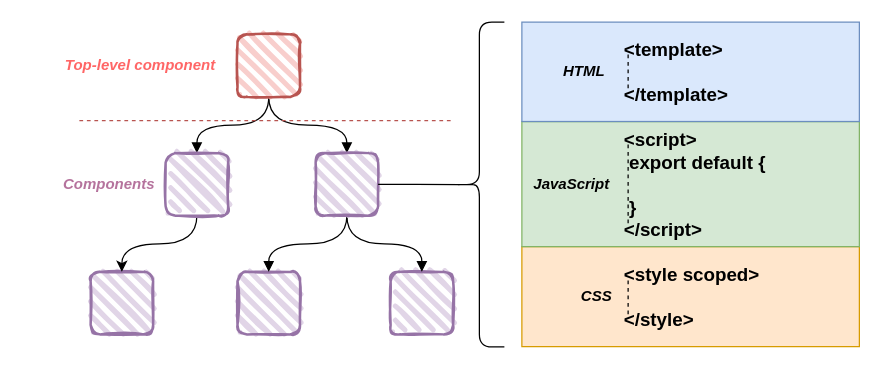
This is Archtiecture_Vue.drawio from Mat-gif/TER_Gsociety, a draw.io file, before an edit. Source tidied: cells renumbered, new cells numbered last; positions are measured from the earlier drawing's top-left corner, leaving out a move shared by most shapes. Both pictures are drawn from the tidied source at 125%, with x=0, y=0 at pixel (21, 21).
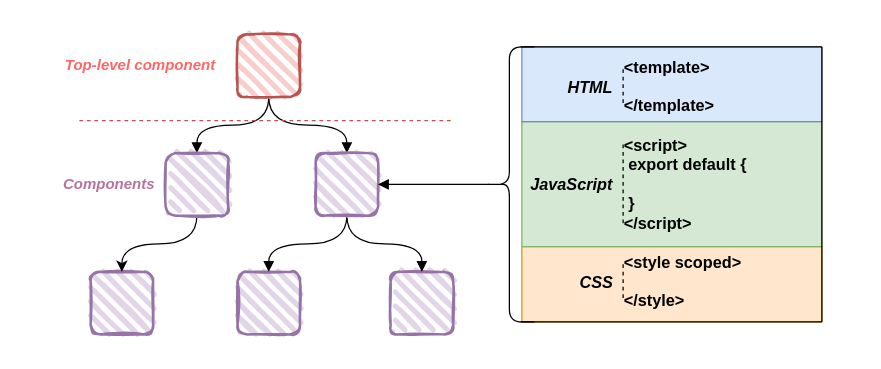
The same diagram, later.

Commit message (it also covers changes not shown here):
Mettre à jour Archtiecture_Vue.drawio

The change refers to these unchanged cells:
```xml
<mxCell id="15" style="rounded=1;whiteSpace=wrap;html=1;strokeWidth=2;fillWeight=4;hachureGap=8;hachureAngle=45;fillColor=#e1d5e7;sketch=1;strokeColor=#9673a6;" parent="1" vertex="1">
  <mxGeometry x="235" y="105" width="50" height="50" as="geometry" />
</mxCell>
```

What changed in the source:
```diff
@@
-    <mxCell id="2" style="rounded=0;whiteSpace=wrap;html=1;fillColor=#ffe6cc;strokeColor=#d79b00;" parent="1" vertex="1">
-      <mxGeometry x="400" y="179.8" width="270" height="80" as="geometry" />
+    <mxCell id="2" style="rounded=0;whiteSpace=wrap;html=1;fillColor=#ffe6cc;strokeColor=#d79b00;fontSize=13;" parent="1" vertex="1">
+      <mxGeometry x="400" y="179.8" width="240" height="60.2" as="geometry" />
     </mxCell>
-    <mxCell id="3" style="rounded=0;whiteSpace=wrap;html=1;fillColor=#d5e8d4;strokeColor=#82b366;" parent="1" vertex="1">
-      <mxGeometry x="400" y="79.8" width="270" height="100" as="geometry" />
+    <mxCell id="3" style="rounded=0;whiteSpace=wrap;html=1;fillColor=#d5e8d4;strokeColor=#82b366;fontSize=13;" parent="1" vertex="1">
+      <mxGeometry x="400" y="79.8" width="240" height="100" as="geometry" />
     </mxCell>
-    <mxCell id="4" style="rounded=0;whiteSpace=wrap;html=1;fillColor=#dae8fc;strokeColor=#6c8ebf;" parent="1" vertex="1">
-      <mxGeometry x="400" y="0.2" width="270" height="79.5" as="geometry" />
+    <mxCell id="4" style="rounded=0;whiteSpace=wrap;html=1;fillColor=#dae8fc;strokeColor=#6c8ebf;fontSize=13;" parent="1" vertex="1">
+      <mxGeometry x="400" y="20" width="240" height="59.8" as="geometry" />
     </mxCell>
@@
-    <mxCell id="19" value="&lt;blockquote style=&quot;margin: 0 0 0 40px; border: none; padding: 0px;&quot;&gt;&lt;blockquote style=&quot;margin: 0 0 0 40px; border: none; padding: 0px;&quot;&gt;&lt;div style=&quot;font-size: 15px;&quot;&gt;&lt;font style=&quot;font-size: 15px;&quot;&gt;&lt;b&gt;&amp;lt;template&amp;gt;&lt;/b&gt;&lt;/font&gt;&lt;/div&gt;&lt;/blockquote&gt;&lt;blockquote style=&quot;margin: 0 0 0 40px; border: none; padding: 0px;&quot;&gt;&lt;div style=&quot;font-size: 15px;&quot;&gt;&lt;font style=&quot;font-size: 15px;&quot;&gt;&lt;b&gt;&lt;br&gt;&lt;/b&gt;&lt;/font&gt;&lt;/div&gt;&lt;/blockquote&gt;&lt;blockquote style=&quot;margin: 0 0 0 40px; border: none; padding: 0px;&quot;&gt;&lt;div style=&quot;font-size: 15px;&quot;&gt;&lt;font style=&quot;font-size: 15px;&quot;&gt;&lt;b&gt;&amp;lt;/template&amp;gt;&lt;/b&gt;&lt;/font&gt;&lt;/div&gt;&lt;/blockquote&gt;&lt;blockquote style=&quot;margin: 0 0 0 40px; border: none; padding: 0px;&quot;&gt;&lt;div style=&quot;font-size: 15px;&quot;&gt;&lt;font style=&quot;font-size: 15px;&quot;&gt;&lt;b&gt;&lt;br style=&quot;&quot;&gt;&lt;/b&gt;&lt;/font&gt;&lt;/div&gt;&lt;/blockquote&gt;&lt;blockquote style=&quot;margin: 0 0 0 40px; border: none; padding: 0px;&quot;&gt;&lt;div style=&quot;font-size: 15px;&quot;&gt;&lt;font style=&quot;font-size: 15px;&quot;&gt;&lt;b&gt;&amp;lt;script&amp;gt;&lt;/b&gt;&lt;/font&gt;&lt;/div&gt;&lt;/blockquote&gt;&lt;blockquote style=&quot;margin: 0 0 0 40px; border: none; padding: 0px;&quot;&gt;&lt;div style=&quot;font-size: 15px;&quot;&gt;&lt;font style=&quot;font-size: 15px;&quot;&gt;&lt;span style=&quot;background-color: initial;&quot;&gt;&lt;b&gt;&lt;span style=&quot;white-space: pre;&quot;&gt; &lt;/span&gt;export default {&lt;/b&gt;&lt;/span&gt;&lt;/font&gt;&lt;/div&gt;&lt;/blockquote&gt;&lt;blockquote style=&quot;margin: 0 0 0 40px; border: none; padding: 0px;&quot;&gt;&lt;div style=&quot;font-size: 15px;&quot;&gt;&lt;font style=&quot;font-size: 15px;&quot;&gt;&lt;span style=&quot;background-color: initial;&quot;&gt;&lt;b&gt;&lt;br&gt;&lt;/b&gt;&lt;/span&gt;&lt;/font&gt;&lt;/div&gt;&lt;/blockquote&gt;&lt;blockquote style=&quot;margin: 0 0 0 40px; border: none; padding: 0px;&quot;&gt;&lt;div style=&quot;font-size: 15px;&quot;&gt;&lt;font style=&quot;font-size: 15px;&quot;&gt;&lt;b&gt;&lt;span style=&quot;white-space: pre;&quot;&gt; &lt;/span&gt;}&lt;/b&gt;&lt;/font&gt;&lt;/div&gt;&lt;/blockquote&gt;&lt;blockquote style=&quot;margin: 0 0 0 40px; border: none; padding: 0px;&quot;&gt;&lt;div style=&quot;font-size: 15px;&quot;&gt;&lt;font style=&quot;font-size: 15px;&quot;&gt;&lt;b&gt;&amp;lt;/script&amp;gt;&lt;/b&gt;&lt;/font&gt;&lt;/div&gt;&lt;/blockquote&gt;&lt;blockquote style=&quot;margin: 0 0 0 40px; border: none; padding: 0px;&quot;&gt;&lt;div style=&quot;font-size: 15px;&quot;&gt;&lt;font style=&quot;font-size: 15px;&quot;&gt;&lt;b&gt;&lt;br style=&quot;&quot;&gt;&lt;/b&gt;&lt;/font&gt;&lt;/div&gt;&lt;/blockquote&gt;&lt;blockquote style=&quot;margin: 0 0 0 40px; border: none; padding: 0px;&quot;&gt;&lt;div style=&quot;font-size: 15px;&quot;&gt;&lt;font style=&quot;font-size: 15px;&quot;&gt;&lt;b&gt;&amp;lt;style scoped&amp;gt;&lt;/b&gt;&lt;/font&gt;&lt;/div&gt;&lt;/blockquote&gt;&lt;blockquote style=&quot;margin: 0 0 0 40px; border: none; padding: 0px;&quot;&gt;&lt;div style=&quot;font-size: 15px;&quot;&gt;&lt;font style=&quot;font-size: 15px;&quot;&gt;&lt;b&gt;&lt;br&gt;&lt;/b&gt;&lt;/font&gt;&lt;/div&gt;&lt;/blockquote&gt;&lt;blockquote style=&quot;margin: 0 0 0 40px; border: none; padding: 0px;&quot;&gt;&lt;div style=&quot;font-size: 15px;&quot;&gt;&lt;font style=&quot;font-size: 15px;&quot;&gt;&lt;b&gt;&amp;lt;/style&amp;gt;&lt;/b&gt;&lt;/font&gt;&lt;/div&gt;&lt;/blockquote&gt;&lt;/blockquote&gt;&lt;div style=&quot;font-size: 15px;&quot;&gt; &lt;/div&gt;&lt;div style=&quot;font-size: 15px;&quot;&gt;&lt;/div&gt;&lt;div style=&quot;font-size: 15px;&quot;&gt; &lt;/div&gt;" style="text;html=1;strokeColor=none;fillColor=none;align=left;verticalAlign=middle;whiteSpace=wrap;rounded=0;fontSize=13;" parent="1" vertex="1">
-      <mxGeometry x="400" y="0.2" width="270" height="259" as="geometry" />
+    <mxCell id="19" value="&lt;blockquote style=&quot;margin: 0px 0px 0px 40px; border: none; padding: 0px; font-size: 13px;&quot;&gt;&lt;blockquote style=&quot;margin: 0px 0px 0px 40px; border: none; padding: 0px; font-size: 13px;&quot;&gt;&lt;div style=&quot;font-size: 13px;&quot;&gt;&lt;font style=&quot;font-size: 13px;&quot;&gt;&lt;b style=&quot;font-size: 13px;&quot;&gt;&amp;lt;template&amp;gt;&lt;/b&gt;&lt;/font&gt;&lt;/div&gt;&lt;/blockquote&gt;&lt;blockquote style=&quot;margin: 0px 0px 0px 40px; border: none; padding: 0px; font-size: 13px;&quot;&gt;&lt;div style=&quot;font-size: 13px;&quot;&gt;&lt;font style=&quot;font-size: 13px;&quot;&gt;&lt;b style=&quot;font-size: 13px;&quot;&gt;&lt;br style=&quot;font-size: 13px;&quot;&gt;&lt;/b&gt;&lt;/font&gt;&lt;/div&gt;&lt;/blockquote&gt;&lt;blockquote style=&quot;margin: 0px 0px 0px 40px; border: none; padding: 0px; font-size: 13px;&quot;&gt;&lt;div style=&quot;font-size: 13px;&quot;&gt;&lt;font style=&quot;font-size: 13px;&quot;&gt;&lt;b style=&quot;font-size: 13px;&quot;&gt;&amp;lt;/template&amp;gt;&lt;/b&gt;&lt;/font&gt;&lt;/div&gt;&lt;/blockquote&gt;&lt;blockquote style=&quot;margin: 0px 0px 0px 40px; border: none; padding: 0px; font-size: 13px;&quot;&gt;&lt;div style=&quot;font-size: 13px;&quot;&gt;&lt;font style=&quot;font-size: 13px;&quot;&gt;&lt;b style=&quot;font-size: 13px;&quot;&gt;&lt;br style=&quot;font-size: 13px;&quot;&gt;&lt;/b&gt;&lt;/font&gt;&lt;/div&gt;&lt;/blockquote&gt;&lt;blockquote style=&quot;margin: 0px 0px 0px 40px; border: none; padding: 0px; font-size: 13px;&quot;&gt;&lt;div style=&quot;font-size: 13px;&quot;&gt;&lt;font style=&quot;font-size: 13px;&quot;&gt;&lt;b style=&quot;font-size: 13px;&quot;&gt;&amp;lt;script&amp;gt;&lt;/b&gt;&lt;/font&gt;&lt;/div&gt;&lt;/blockquote&gt;&lt;blockquote style=&quot;margin: 0px 0px 0px 40px; border: none; padding: 0px; font-size: 13px;&quot;&gt;&lt;div style=&quot;font-size: 13px;&quot;&gt;&lt;font style=&quot;font-size: 13px;&quot;&gt;&lt;span style=&quot;background-color: initial; font-size: 13px;&quot;&gt;&lt;b style=&quot;font-size: 13px;&quot;&gt;&lt;span style=&quot;white-space: pre; font-size: 13px;&quot;&gt; &lt;/span&gt;export default {&lt;/b&gt;&lt;/span&gt;&lt;/font&gt;&lt;/div&gt;&lt;/blockquote&gt;&lt;blockquote style=&quot;margin: 0px 0px 0px 40px; border: none; padding: 0px; font-size: 13px;&quot;&gt;&lt;div style=&quot;font-size: 13px;&quot;&gt;&lt;font style=&quot;font-size: 13px;&quot;&gt;&lt;span style=&quot;background-color: initial; font-size: 13px;&quot;&gt;&lt;b style=&quot;font-size: 13px;&quot;&gt;&lt;br style=&quot;font-size: 13px;&quot;&gt;&lt;/b&gt;&lt;/span&gt;&lt;/font&gt;&lt;/div&gt;&lt;/blockquote&gt;&lt;blockquote style=&quot;margin: 0px 0px 0px 40px; border: none; padding: 0px; font-size: 13px;&quot;&gt;&lt;div style=&quot;font-size: 13px;&quot;&gt;&lt;font style=&quot;font-size: 13px;&quot;&gt;&lt;b style=&quot;font-size: 13px;&quot;&gt;&lt;span style=&quot;white-space: pre; font-size: 13px;&quot;&gt; &lt;/span&gt;}&lt;/b&gt;&lt;/font&gt;&lt;/div&gt;&lt;/blockquote&gt;&lt;blockquote style=&quot;margin: 0px 0px 0px 40px; border: none; padding: 0px; font-size: 13px;&quot;&gt;&lt;div style=&quot;font-size: 13px;&quot;&gt;&lt;font style=&quot;font-size: 13px;&quot;&gt;&lt;b style=&quot;font-size: 13px;&quot;&gt;&amp;lt;/script&amp;gt;&lt;/b&gt;&lt;/font&gt;&lt;/div&gt;&lt;/blockquote&gt;&lt;blockquote style=&quot;margin: 0px 0px 0px 40px; border: none; padding: 0px; font-size: 13px;&quot;&gt;&lt;div style=&quot;font-size: 13px;&quot;&gt;&lt;font style=&quot;font-size: 13px;&quot;&gt;&lt;b style=&quot;font-size: 13px;&quot;&gt;&lt;br style=&quot;font-size: 13px;&quot;&gt;&lt;/b&gt;&lt;/font&gt;&lt;/div&gt;&lt;/blockquote&gt;&lt;blockquote style=&quot;margin: 0px 0px 0px 40px; border: none; padding: 0px; font-size: 13px;&quot;&gt;&lt;div style=&quot;font-size: 13px;&quot;&gt;&lt;font style=&quot;font-size: 13px;&quot;&gt;&lt;b style=&quot;font-size: 13px;&quot;&gt;&amp;lt;style scoped&amp;gt;&lt;/b&gt;&lt;/font&gt;&lt;/div&gt;&lt;/blockquote&gt;&lt;blockquote style=&quot;margin: 0px 0px 0px 40px; border: none; padding: 0px; font-size: 13px;&quot;&gt;&lt;div style=&quot;font-size: 13px;&quot;&gt;&lt;font style=&quot;font-size: 13px;&quot;&gt;&lt;b style=&quot;font-size: 13px;&quot;&gt;&lt;br style=&quot;font-size: 13px;&quot;&gt;&lt;/b&gt;&lt;/font&gt;&lt;/div&gt;&lt;/blockquote&gt;&lt;blockquote style=&quot;margin: 0px 0px 0px 40px; border: none; padding: 0px; font-size: 13px;&quot;&gt;&lt;div style=&quot;font-size: 13px;&quot;&gt;&lt;font style=&quot;font-size: 13px;&quot;&gt;&lt;b style=&quot;font-size: 13px;&quot;&gt;&amp;lt;/style&amp;gt;&lt;/b&gt;&lt;/font&gt;&lt;/div&gt;&lt;/blockquote&gt;&lt;/blockquote&gt;&lt;div style=&quot;font-size: 13px;&quot;&gt; &lt;/div&gt;&lt;div style=&quot;font-size: 13px;&quot;&gt;&lt;/div&gt;&lt;div style=&quot;font-size: 13px;&quot;&gt; &lt;/div&gt;" style="text;html=1;strokeColor=none;fillColor=none;align=left;verticalAlign=middle;whiteSpace=wrap;rounded=0;fontSize=13;" parent="1" vertex="1">
+      <mxGeometry x="400" y="0.2" width="240" height="259.8" as="geometry" />
     </mxCell>
-    <mxCell id="20" style="line;strokeWidth=1;direction=south;html=1;dashed=1;" parent="1" vertex="1">
-      <mxGeometry x="480" y="206.8" width="10" height="30" as="geometry" />
+    <mxCell id="20" style="line;strokeWidth=1;direction=south;html=1;dashed=1;fontSize=13;" parent="1" vertex="1">
+      <mxGeometry x="476" y="193.9" width="10" height="30" as="geometry" />
     </mxCell>
-    <mxCell id="21" style="line;strokeWidth=1;direction=south;html=1;dashed=1;" parent="1" vertex="1">
-      <mxGeometry x="480" y="26" width="10" height="30" as="geometry" />
+    <mxCell id="21" style="line;strokeWidth=1;direction=south;html=1;dashed=1;fontSize=13;" parent="1" vertex="1">
+      <mxGeometry x="476" y="37.9" width="10" height="30" as="geometry" />
     </mxCell>
-    <mxCell id="22" style="line;strokeWidth=1;direction=south;html=1;dashed=1;" parent="1" vertex="1">
-      <mxGeometry x="480" y="98.2" width="10" height="65" as="geometry" />
+    <mxCell id="22" style="line;strokeWidth=1;direction=south;html=1;dashed=1;fontSize=13;" parent="1" vertex="1">
+      <mxGeometry x="476" y="98.2" width="10" height="65" as="geometry" />
     </mxCell>
-    <mxCell id="23" value="&lt;i&gt;&lt;b&gt;HTML&lt;/b&gt;&lt;/i&gt;" style="text;html=1;strokeColor=none;fillColor=none;align=center;verticalAlign=middle;whiteSpace=wrap;rounded=0;" parent="1" vertex="1">
-      <mxGeometry x="420" y="25" width="60" height="30" as="geometry" />
+    <mxCell id="23" value="&lt;i style=&quot;font-size: 13px;&quot;&gt;&lt;b style=&quot;font-size: 13px;&quot;&gt;HTML&lt;/b&gt;&lt;/i&gt;" style="text;html=1;strokeColor=none;fillColor=none;align=center;verticalAlign=middle;whiteSpace=wrap;rounded=0;fontSize=13;" parent="1" vertex="1">
+      <mxGeometry x="425" y="36.9" width="60" height="30" as="geometry" />
     </mxCell>
-    <mxCell id="24" value="&lt;i&gt;&lt;b&gt;JavaScript&lt;/b&gt;&lt;/i&gt;" style="text;html=1;strokeColor=none;fillColor=none;align=center;verticalAlign=middle;whiteSpace=wrap;rounded=0;" parent="1" vertex="1">
+    <mxCell id="24" value="&lt;i style=&quot;font-size: 13px;&quot;&gt;&lt;b style=&quot;font-size: 13px;&quot;&gt;JavaScript&lt;/b&gt;&lt;/i&gt;" style="text;html=1;strokeColor=none;fillColor=none;align=center;verticalAlign=middle;whiteSpace=wrap;rounded=0;fontSize=13;" parent="1" vertex="1">
       <mxGeometry x="410" y="114.8" width="60" height="30" as="geometry" />
     </mxCell>
-    <mxCell id="25" value="&lt;i&gt;&lt;b&gt;CSS&lt;/b&gt;&lt;/i&gt;" style="text;html=1;strokeColor=none;fillColor=none;align=center;verticalAlign=middle;whiteSpace=wrap;rounded=0;" parent="1" vertex="1">
-      <mxGeometry x="430" y="204.8" width="60" height="30" as="geometry" />
+    <mxCell id="25" value="&lt;i style=&quot;font-size: 13px;&quot;&gt;&lt;b style=&quot;font-size: 13px;&quot;&gt;CSS&lt;/b&gt;&lt;/i&gt;" style="text;html=1;strokeColor=none;fillColor=none;align=center;verticalAlign=middle;whiteSpace=wrap;rounded=0;fontSize=13;" parent="1" vertex="1">
+      <mxGeometry x="430" y="193" width="60" height="30" as="geometry" />
     </mxCell>
-    <mxCell id="26" style="edgeStyle=orthogonalEdgeStyle;rounded=0;jettySize=auto;html=1;exitX=1;exitY=0.5;exitDx=0;exitDy=0;entryX=0.1;entryY=0.5;entryDx=0;entryDy=0;entryPerimeter=0;endArrow=none;endFill=0;" parent="1" edge="1" source="15" target="27">
+    <mxCell id="26" style="edgeStyle=orthogonalEdgeStyle;rounded=0;jettySize=auto;html=1;exitX=1;exitY=0.5;exitDx=0;exitDy=0;entryX=0.1;entryY=0.5;entryDx=0;entryDy=0;entryPerimeter=0;endArrow=none;endFill=0;startArrow=block;startFill=1;" parent="1" edge="1" source="15" target="27">
       <mxGeometry relative="1" as="geometry" />
     </mxCell>
     <mxCell id="27" style="shape=curlyBracket;whiteSpace=wrap;html=1;rounded=1;labelPosition=left;verticalLabelPosition=middle;align=right;verticalAlign=middle;" parent="1" vertex="1">
-      <mxGeometry x="346" y="0.2" width="40" height="259.8" as="geometry" />
+      <mxGeometry x="370" y="20" width="40" height="220" as="geometry" />
     </mxCell>
+    <mxCell id="28" style="line;strokeWidth=1;html=1;" parent="1" vertex="1">
+      <mxGeometry x="399" y="15" width="241" height="10" as="geometry" />
+    </mxCell>
+    <mxCell id="29" style="line;strokeWidth=1;direction=south;html=1;" parent="1" vertex="1">
+      <mxGeometry x="635" y="20" width="10" height="220" as="geometry" />
+    </mxCell>
+    <mxCell id="30" style="line;strokeWidth=1;html=1;" parent="1" vertex="1">
+      <mxGeometry x="399" y="235" width="241" height="10" as="geometry" />
+    </mxCell>
```
